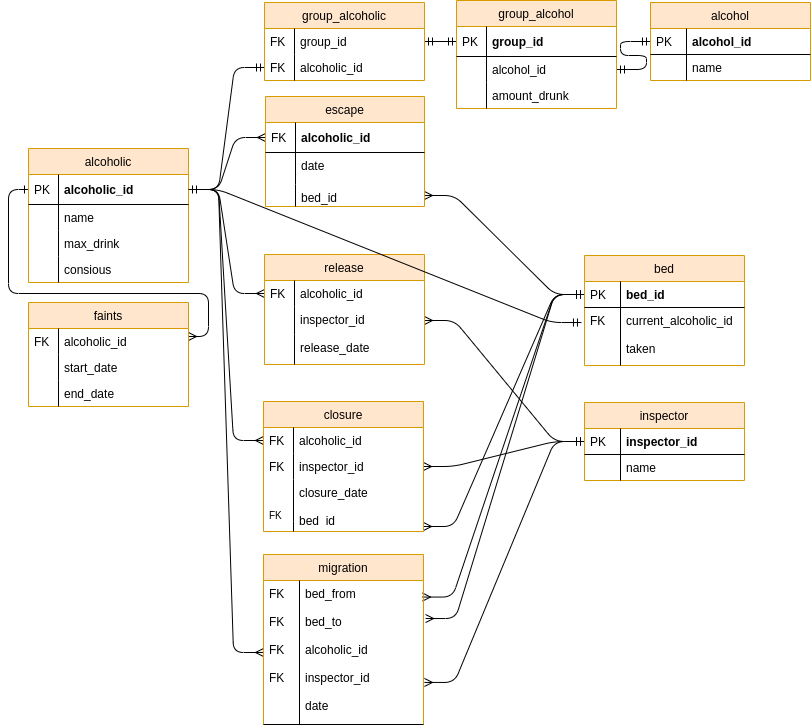
The draw.io diagram alcohol.png in sol4ik/db-alcohol, before a commit. Source tidied: cells renumbered, new cells last; positions are measured from the earlier drawing's top-left corner, leaving out a move shared by most shapes.
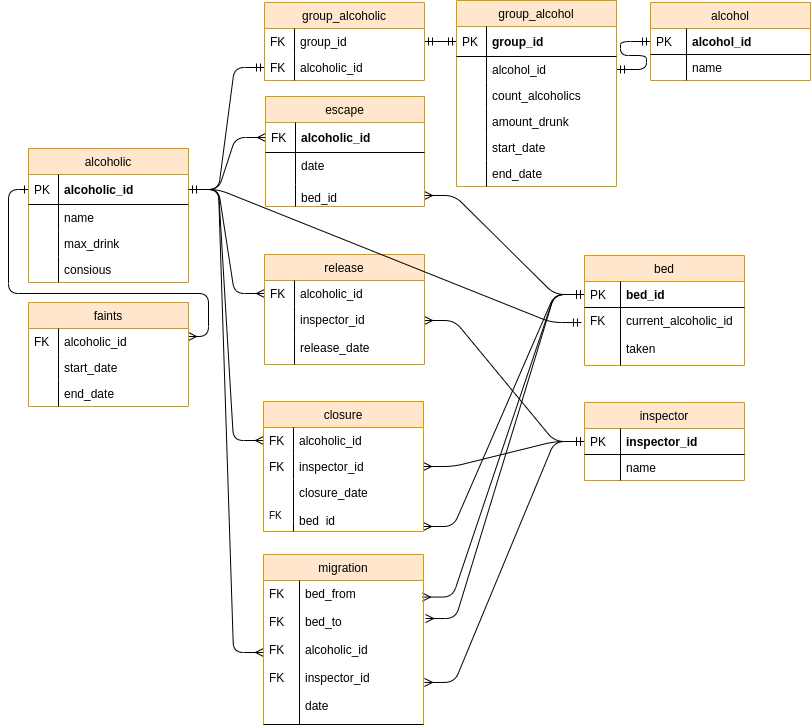
After the change.

Commit message:
group_alcohol update

Diff of the diagram source:
```diff
@@ -82,7 +82,7 @@
       <mxGeometry width="30" height="26" as="geometry" />
     </mxCell>
     <mxCell id="26" value="group_alcohol" style="swimlane;fontStyle=0;horizontal=1;startSize=26;align=center;fontSize=12;fillColor=#ffe6cc;strokeColor=#d79b00;" parent="1" vertex="1">
-      <mxGeometry x="448" width="160" height="108" as="geometry" />
+      <mxGeometry x="448" width="160" height="186" as="geometry" />
     </mxCell>
     <mxCell id="27" value="group_id" style="shape=partialRectangle;top=0;left=0;right=0;bottom=1;align=left;verticalAlign=middle;fillColor=none;spacingLeft=34;spacingRight=4;overflow=hidden;points=[[0,0.5],[1,0.5]];portConstraint=eastwest;fontStyle=1;fontSize=12;" parent="26" vertex="1">
       <mxGeometry y="26" width="160" height="30" as="geometry" />
@@ -96,12 +96,30 @@
     <mxCell id="30" style="shape=partialRectangle;top=0;left=0;bottom=0;fillColor=none;align=left;verticalAlign=top;spacingLeft=4;spacingRight=4;overflow=hidden;fontSize=12;" parent="29" vertex="1">
       <mxGeometry width="30" height="26" as="geometry" />
     </mxCell>
-    <mxCell id="31" value="amount_drunk" style="shape=partialRectangle;top=0;left=0;right=0;bottom=0;align=left;verticalAlign=top;fillColor=none;spacingLeft=34;spacingRight=4;overflow=hidden;fontSize=12;" parent="26" vertex="1">
+    <mxCell id="31" value="count_alcoholics" style="shape=partialRectangle;top=0;left=0;right=0;bottom=0;align=left;verticalAlign=top;fillColor=none;spacingLeft=34;spacingRight=4;overflow=hidden;fontSize=12;" parent="26" vertex="1">
       <mxGeometry y="82" width="160" height="26" as="geometry" />
     </mxCell>
     <mxCell id="32" style="shape=partialRectangle;top=0;left=0;bottom=0;fillColor=none;align=left;verticalAlign=top;spacingLeft=4;spacingRight=4;overflow=hidden;fontSize=12;" parent="31" vertex="1">
       <mxGeometry width="30" height="26" as="geometry" />
     </mxCell>
+    <mxCell id="87" value="amount_drunk" style="shape=partialRectangle;top=0;left=0;right=0;bottom=0;align=left;verticalAlign=top;fillColor=none;spacingLeft=34;spacingRight=4;overflow=hidden;fontSize=12;" parent="26" vertex="1">
+      <mxGeometry y="108" width="160" height="26" as="geometry" />
+    </mxCell>
+    <mxCell id="88" style="shape=partialRectangle;top=0;left=0;bottom=0;fillColor=none;align=left;verticalAlign=top;spacingLeft=4;spacingRight=4;overflow=hidden;fontSize=12;" parent="87" vertex="1">
+      <mxGeometry width="30" height="26" as="geometry" />
+    </mxCell>
+    <mxCell id="89" value="start_date" style="shape=partialRectangle;top=0;left=0;right=0;bottom=0;align=left;verticalAlign=top;fillColor=none;spacingLeft=34;spacingRight=4;overflow=hidden;fontSize=12;" parent="26" vertex="1">
+      <mxGeometry y="134" width="160" height="26" as="geometry" />
+    </mxCell>
+    <mxCell id="90" style="shape=partialRectangle;top=0;left=0;bottom=0;fillColor=none;align=left;verticalAlign=top;spacingLeft=4;spacingRight=4;overflow=hidden;fontSize=12;" parent="89" vertex="1">
+      <mxGeometry width="30" height="26" as="geometry" />
+    </mxCell>
+    <mxCell id="91" value="end_date" style="shape=partialRectangle;top=0;left=0;right=0;bottom=0;align=left;verticalAlign=top;fillColor=none;spacingLeft=34;spacingRight=4;overflow=hidden;fontSize=12;" parent="26" vertex="1">
+      <mxGeometry y="160" width="160" height="26" as="geometry" />
+    </mxCell>
+    <mxCell id="92" style="shape=partialRectangle;top=0;left=0;bottom=0;fillColor=none;align=left;verticalAlign=top;spacingLeft=4;spacingRight=4;overflow=hidden;fontSize=12;" parent="91" vertex="1">
+      <mxGeometry width="30" height="26" as="geometry" />
+    </mxCell>
     <mxCell id="33" value="escape" style="swimlane;fontStyle=0;horizontal=1;startSize=26;align=center;fontSize=12;fillColor=#ffe6cc;strokeColor=#d79b00;" parent="1" vertex="1">
       <mxGeometry x="257" y="96" width="159" height="110" as="geometry" />
     </mxCell>
```
